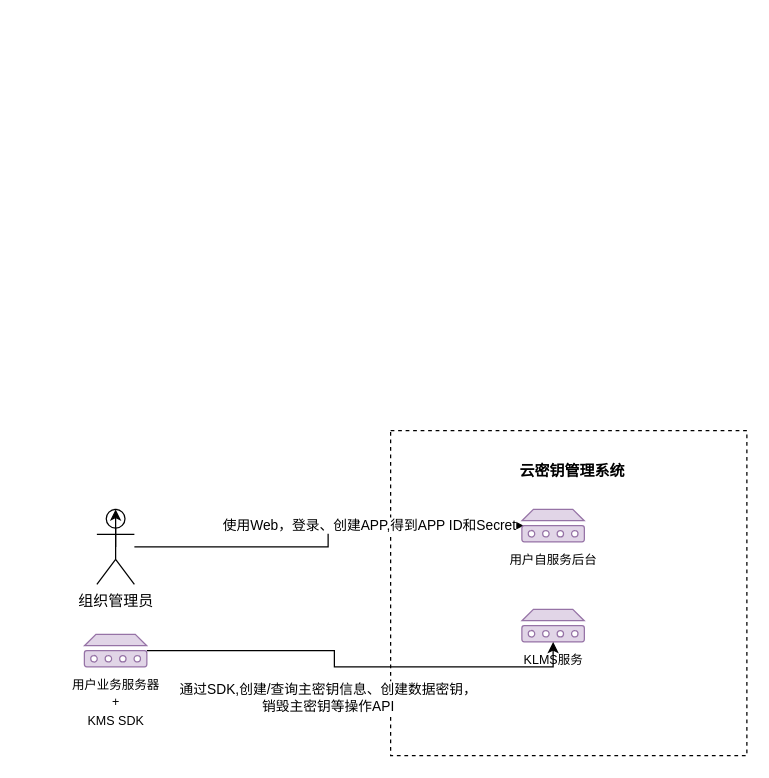
Above: KMIP2 Diagram.drawio in twoconk/guaniu (draw.io), before the change. Source tidied: cells renumbered, new cells numbered last; positions are measured from the earlier drawing's top-left corner, leaving out a move shared by most shapes. Both pictures are drawn from the tidied source at 125%, with x=0, y=0 at pixel (84, 430).
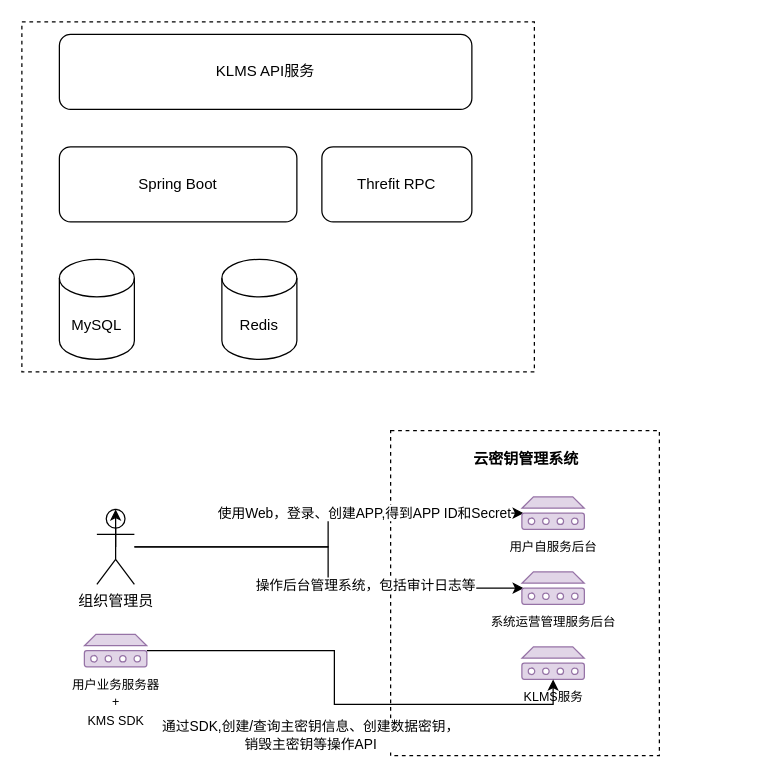
The same page after the edit.

The change refers to these unchanged cells:
```xml
<mxCell id="5" value="组织管理员" style="shape=umlActor;verticalLabelPosition=bottom;verticalAlign=top;html=1;outlineConnect=0;" parent="1" vertex="1">
  <mxGeometry x="10" y="63" width="30" height="60" as="geometry" />
</mxCell>
```

Diff of the diagram source:
```diff
@@
+    <mxCell id="14" style="rounded=0;whiteSpace=wrap;html=1;dashed=1;" parent="1" vertex="1">
+      <mxGeometry x="-50" y="-327" width="410" height="280" as="geometry" />
+    </mxCell>
     <mxCell id="2" style="rounded=0;whiteSpace=wrap;html=1;dashed=1;" parent="1" vertex="1">
-      <mxGeometry x="245" width="285" height="260" as="geometry" />
+      <mxGeometry x="245" width="215" height="260" as="geometry" />
     </mxCell>
@@
+    <mxCell id="15" style="edgeStyle=orthogonalEdgeStyle;rounded=0;jettySize=auto;html=1;entryX=0.03;entryY=0.5;entryDx=0;entryDy=0;entryPerimeter=0;" parent="1" edge="1" source="5" target="17">
+      <mxGeometry relative="1" as="geometry" />
+    </mxCell>
+    <mxCell id="16" value="操作后台管理系统，包括审计日志等" style="edgeLabel;html=1;align=center;verticalAlign=middle;" parent="15" vertex="1">
+      <mxGeometry x="0.26" y="3" relative="1" as="geometry" />
+    </mxCell>
@@
     <mxCell id="6" value="&lt;font size=&quot;1&quot;&gt;用户自服务后台&lt;br&gt;&lt;/font&gt;" style="shadow=0;dashed=0;html=1;strokeColor=#9673a6;labelPosition=center;verticalLabelPosition=bottom;verticalAlign=top;align=center;fillColor=#e1d5e7;shape=mxgraph.mscae.enterprise.device;" parent="1" vertex="1">
-      <mxGeometry x="350" y="63" width="50" height="26" as="geometry" />
+      <mxGeometry x="350" y="53" width="50" height="26" as="geometry" />
     </mxCell>
@@
     <mxCell id="8" value="&lt;span style=&quot;font-size: 12px&quot;&gt;云密钥管理系统&lt;/span&gt;" style="text;strokeColor=none;fillColor=none;html=1;fontSize=24;fontStyle=1;verticalAlign=middle;align=center;dashed=1;" parent="1" vertex="1">
-      <mxGeometry x="310" y="9" width="160" height="40" as="geometry" />
+      <mxGeometry x="272.5" y="-1" width="160" height="40" as="geometry" />
     </mxCell>
     <mxCell id="9" value="&lt;font size=&quot;1&quot;&gt;KLMS服务&lt;br&gt;&lt;/font&gt;" style="shadow=0;dashed=0;html=1;strokeColor=#9673a6;labelPosition=center;verticalLabelPosition=bottom;verticalAlign=top;align=center;fillColor=#e1d5e7;shape=mxgraph.mscae.enterprise.device;" parent="1" vertex="1">
-      <mxGeometry x="350" y="143" width="50" height="26" as="geometry" />
+      <mxGeometry x="350" y="173" width="50" height="26" as="geometry" />
     </mxCell>
@@
+    <mxCell id="17" value="&lt;font size=&quot;1&quot;&gt;系统运营管理服务后台&lt;br&gt;&lt;/font&gt;" style="shadow=0;dashed=0;html=1;strokeColor=#9673a6;labelPosition=center;verticalLabelPosition=bottom;verticalAlign=top;align=center;fillColor=#e1d5e7;shape=mxgraph.mscae.enterprise.device;" parent="1" vertex="1">
+      <mxGeometry x="350" y="113" width="50" height="26" as="geometry" />
+    </mxCell>
+    <mxCell id="18" value="Spring Boot" style="rounded=1;whiteSpace=wrap;html=1;" parent="1" vertex="1">
+      <mxGeometry x="-20" y="-227" width="190" height="60" as="geometry" />
+    </mxCell>
+    <mxCell id="19" value="MySQL" style="shape=cylinder3;whiteSpace=wrap;html=1;boundedLbl=1;backgroundOutline=1;size=15;" parent="1" vertex="1">
+      <mxGeometry x="-20" y="-137" width="60" height="80" as="geometry" />
+    </mxCell>
+    <mxCell id="20" value="Redis" style="shape=cylinder3;whiteSpace=wrap;html=1;boundedLbl=1;backgroundOutline=1;size=15;" parent="1" vertex="1">
+      <mxGeometry x="110" y="-137" width="60" height="80" as="geometry" />
+    </mxCell>
+    <mxCell id="21" value="Threfit RPC" style="rounded=1;whiteSpace=wrap;html=1;" parent="1" vertex="1">
+      <mxGeometry x="190" y="-227" width="120" height="60" as="geometry" />
+    </mxCell>
+    <mxCell id="22" value="KLMS API服务" style="rounded=1;whiteSpace=wrap;html=1;" parent="1" vertex="1">
+      <mxGeometry x="-20" y="-317" width="330" height="60" as="geometry" />
+    </mxCell>
```
